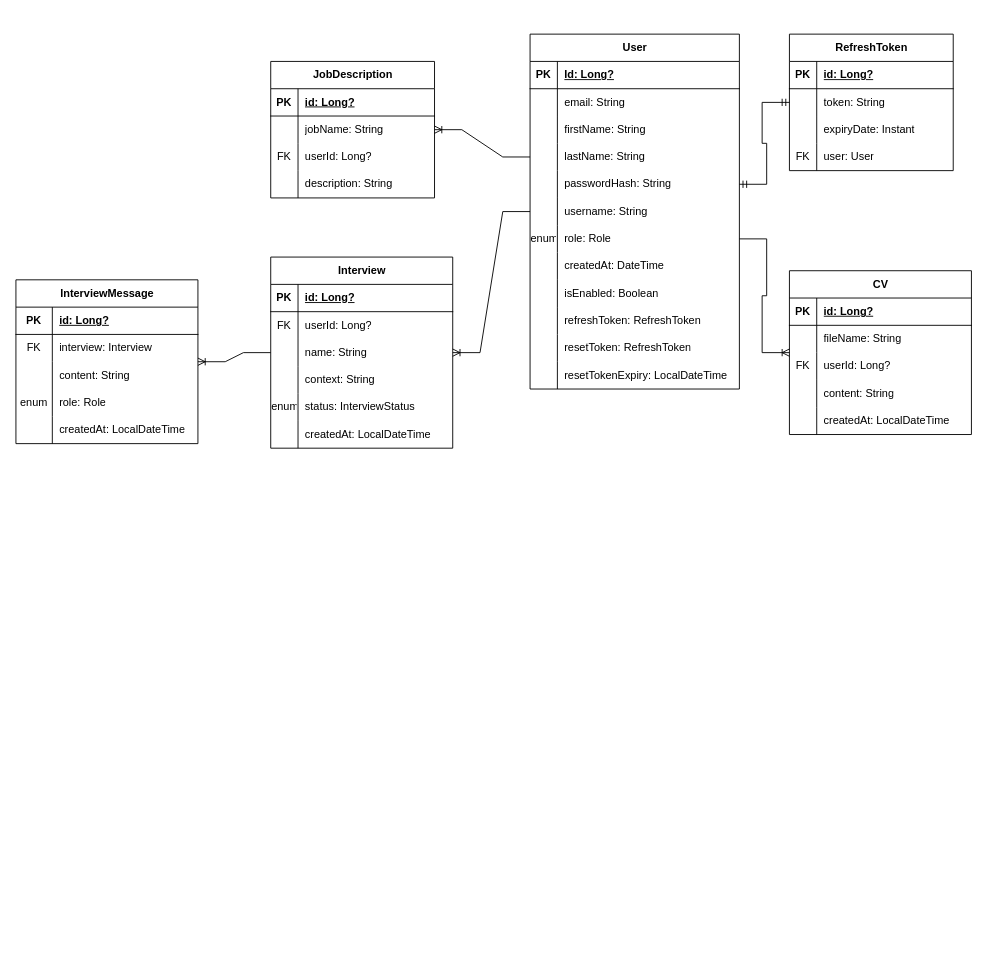
Sory-Noroc/Smart-Interview-Coach keeps this draw.io diagram as page "er_diagram" (4 of 5) of licenta.drawio. Above is the earlier version. Source tidied: cells renumbered, new cells numbered last; positions are measured from the earlier drawing's top-left corner, leaving out a move shared by most shapes. Both pictures are drawn from the tidied source at 91%, with x=0, y=0 at pixel (15, 34).
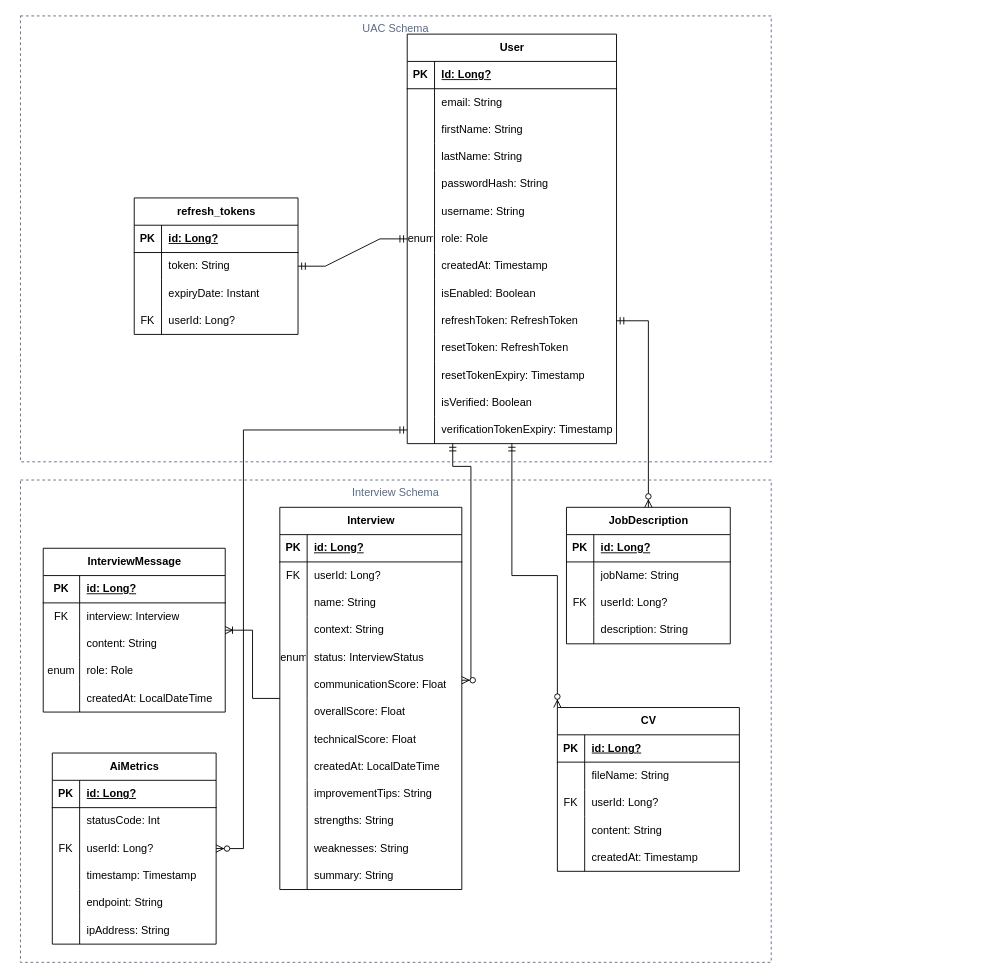
Above is the later version.

Unchanged cells that the change refers to:
```xml
<mxCell id="15" style="shape=tableRow;horizontal=0;startSize=0;swimlaneHead=0;swimlaneBody=0;fillColor=none;top=0;left=0;right=0;bottom=0;" parent="2" vertex="1">
  <mxGeometry y="150" width="200" height="30" as="geometry" />
</mxCell>
<mxCell id="28" style="shape=tableRow;horizontal=0;startSize=0;swimlaneHead=0;swimlaneBody=0;fillColor=none;points=[[0,0.5],[1,0.5]];portConstraint=eastwest;top=0;left=0;right=0;bottom=0;" parent="18" vertex="1">
  <mxGeometry y="120" width="230" height="30" as="geometry" />
</mxCell>
<mxCell id="31" style="shape=tableRow;horizontal=0;startSize=0;swimlaneHead=0;swimlaneBody=0;fillColor=none;points=[[0,0.5],[1,0.5]];portConstraint=eastwest;top=0;left=0;right=0;bottom=0;" parent="18" vertex="1">
  <mxGeometry y="150" width="230" height="30" as="geometry" />
</mxCell>
<mxCell id="37" style="shape=tableRow;horizontal=0;startSize=0;swimlaneHead=0;swimlaneBody=0;fillColor=none;points=[[0,0.5],[1,0.5]];portConstraint=eastwest;top=0;left=0;right=0;bottom=0;" parent="18" vertex="1">
  <mxGeometry y="210" width="230" height="30" as="geometry" />
</mxCell>
<mxCell id="40" style="shape=tableRow;horizontal=0;startSize=0;swimlaneHead=0;swimlaneBody=0;fillColor=none;top=0;left=0;right=0;bottom=0;" parent="18" vertex="1">
  <mxGeometry y="240" width="230" height="30" as="geometry" />
</mxCell>
<mxCell id="46" style="shape=tableRow;horizontal=0;startSize=0;swimlaneHead=0;swimlaneBody=0;fillColor=none;points=[[0,0.5],[1,0.5]];portConstraint=eastwest;top=0;left=0;right=0;bottom=0;" parent="18" vertex="1">
  <mxGeometry y="300" width="230" height="30" as="geometry" />
</mxCell>
<mxCell id="52" style="shape=tableRow;horizontal=0;startSize=0;swimlaneHead=0;swimlaneBody=0;fillColor=none;top=0;left=0;right=0;bottom=0;" parent="18" vertex="1">
  <mxGeometry y="360" width="230" height="30" as="geometry" />
</mxCell>
<mxCell id="100" style="shape=tableRow;horizontal=0;startSize=0;swimlaneHead=0;swimlaneBody=0;fillColor=none;top=0;left=0;right=0;bottom=0;" parent="84" vertex="1">
  <mxGeometry y="180" width="200" height="30" as="geometry" />
</mxCell>
<mxCell id="113" style="shape=tableRow;horizontal=0;startSize=0;swimlaneHead=0;swimlaneBody=0;fillColor=none;top=0;left=0;right=0;bottom=0;" parent="103" vertex="1">
  <mxGeometry y="120" width="180" height="30" as="geometry" />
</mxCell>
```

Change to the diagram source:
```diff
@@
     <mxCell id="2" value="CV" style="shape=table;startSize=30;childLayout=tableLayout;rowLines=0;fontStyle=1;align=center;html=1;" parent="1" vertex="1">
-      <mxGeometry x="850" y="260" width="200" height="180" as="geometry" />
+      <mxGeometry x="595" y="740" width="200" height="180" as="geometry" />
     </mxCell>
@@
-    <mxCell id="17" value="createdAt: LocalDateTime" style="shape=partialRectangle;fillColor=none;top=0;left=0;bottom=0;right=0;align=left;spacingLeft=6;overflow=hidden;whiteSpace=wrap;html=1;" parent="15" vertex="1">
+    <mxCell id="17" value="createdAt: Timestamp" style="shape=partialRectangle;fillColor=none;top=0;left=0;bottom=0;right=0;align=left;spacingLeft=6;overflow=hidden;whiteSpace=wrap;html=1;" parent="15" vertex="1">
       <mxGeometry x="30" width="170" height="30" as="geometry" />
     </mxCell>
     <mxCell id="18" value="User" style="shape=table;startSize=30;childLayout=tableLayout;rowLines=0;fontStyle=1;align=center;html=1;" parent="1" vertex="1">
-      <mxGeometry x="565" width="230" height="390" as="geometry" />
+      <mxGeometry x="430" width="230" height="450" as="geometry" />
     </mxCell>
@@
-    <mxCell id="42" value="createdAt: DateTime" style="shape=partialRectangle;fillColor=none;top=0;left=0;bottom=0;right=0;align=left;spacingLeft=6;overflow=hidden;whiteSpace=wrap;html=1;" parent="40" vertex="1">
+    <mxCell id="42" value="createdAt: Timestamp" style="shape=partialRectangle;fillColor=none;top=0;left=0;bottom=0;right=0;align=left;spacingLeft=6;overflow=hidden;whiteSpace=wrap;html=1;" parent="40" vertex="1">
       <mxGeometry x="30" width="200" height="30" as="geometry" />
     </mxCell>
@@
-    <mxCell id="54" value="resetTokenExpiry: LocalDateTime" style="shape=partialRectangle;fillColor=none;top=0;left=0;bottom=0;right=0;align=left;spacingLeft=6;overflow=hidden;whiteSpace=wrap;html=1;" parent="52" vertex="1">
+    <mxCell id="54" value="resetTokenExpiry: Timestamp" style="shape=partialRectangle;fillColor=none;top=0;left=0;bottom=0;right=0;align=left;spacingLeft=6;overflow=hidden;whiteSpace=wrap;html=1;" parent="52" vertex="1">
       <mxGeometry x="30" width="200" height="30" as="geometry" />
     </mxCell>
+    <mxCell id="121" style="shape=tableRow;horizontal=0;startSize=0;swimlaneHead=0;swimlaneBody=0;fillColor=none;top=0;left=0;right=0;bottom=0;" parent="18" vertex="1">
+      <mxGeometry y="390" width="230" height="30" as="geometry" />
+    </mxCell>
+    <mxCell id="122" style="shape=partialRectangle;fillColor=none;top=0;left=0;bottom=0;right=0;overflow=hidden;whiteSpace=wrap;html=1;" parent="121" vertex="1">
+      <mxGeometry width="30" height="30" as="geometry" />
+    </mxCell>
+    <mxCell id="123" value="isVerified: Boolean" style="shape=partialRectangle;fillColor=none;top=0;left=0;bottom=0;right=0;align=left;spacingLeft=6;overflow=hidden;whiteSpace=wrap;html=1;" parent="121" vertex="1">
+      <mxGeometry x="30" width="200" height="30" as="geometry" />
+    </mxCell>
+    <mxCell id="124" style="shape=tableRow;horizontal=0;startSize=0;swimlaneHead=0;swimlaneBody=0;fillColor=none;points=[[0,0.5],[1,0.5]];portConstraint=eastwest;top=0;left=0;right=0;bottom=0;" parent="18" vertex="1">
+      <mxGeometry y="420" width="230" height="30" as="geometry" />
+    </mxCell>
+    <mxCell id="125" style="shape=partialRectangle;fillColor=none;top=0;left=0;bottom=0;right=0;overflow=hidden;whiteSpace=wrap;html=1;" parent="124" vertex="1">
+      <mxGeometry width="30" height="30" as="geometry" />
+    </mxCell>
+    <mxCell id="126" value="verificationTokenExpiry: Timestamp" style="shape=partialRectangle;fillColor=none;top=0;left=0;bottom=0;right=0;align=left;spacingLeft=6;overflow=hidden;whiteSpace=wrap;html=1;" parent="124" vertex="1">
+      <mxGeometry x="30" width="200" height="30" as="geometry" />
+    </mxCell>
     <mxCell id="55" value="JobDescription" style="shape=table;startSize=30;childLayout=tableLayout;rowLines=0;fontStyle=1;align=center;html=1;" parent="1" vertex="1">
-      <mxGeometry x="280" y="30" width="180" height="150" as="geometry" />
+      <mxGeometry x="605" y="520" width="180" height="150" as="geometry" />
     </mxCell>
@@
     <mxCell id="68" value="InterviewMessage" style="shape=table;startSize=30;childLayout=tableLayout;rowLines=0;fontStyle=1;align=center;html=1;" parent="1" vertex="1">
-      <mxGeometry y="270" width="200" height="180" as="geometry" />
+      <mxGeometry x="30" y="565" width="200" height="180" as="geometry" />
     </mxCell>
@@
     <mxCell id="84" value="Interview" style="shape=table;startSize=30;childLayout=tableLayout;rowLines=0;fontStyle=1;align=center;html=1;" parent="1" vertex="1">
-      <mxGeometry x="280" y="245" width="200" height="210" as="geometry" />
+      <mxGeometry x="290" y="520" width="200" height="420" as="geometry" />
     </mxCell>
@@
-    <mxCell id="102" value="createdAt: LocalDateTime" style="shape=partialRectangle;fillColor=none;top=0;left=0;bottom=0;right=0;align=left;spacingLeft=6;overflow=hidden;whiteSpace=wrap;html=1;" parent="100" vertex="1">
+    <mxCell id="102" value="communicationScore: Float" style="shape=partialRectangle;fillColor=none;top=0;left=0;bottom=0;right=0;align=left;spacingLeft=6;overflow=hidden;whiteSpace=wrap;html=1;" parent="100" vertex="1">
       <mxGeometry x="30" width="170" height="30" as="geometry" />
     </mxCell>
+    <mxCell id="127" style="shape=tableRow;horizontal=0;startSize=0;swimlaneHead=0;swimlaneBody=0;fillColor=none;top=0;left=0;right=0;bottom=0;" parent="84" vertex="1">
+      <mxGeometry y="210" width="200" height="30" as="geometry" />
+    </mxCell>
+    <mxCell id="128" style="shape=partialRectangle;fillColor=none;top=0;left=0;bottom=0;right=0;overflow=hidden;whiteSpace=wrap;html=1;" parent="127" vertex="1">
+      <mxGeometry width="30" height="30" as="geometry" />
+    </mxCell>
+    <mxCell id="129" value="overallScore: Float" style="shape=partialRectangle;fillColor=none;top=0;left=0;bottom=0;right=0;align=left;spacingLeft=6;overflow=hidden;whiteSpace=wrap;html=1;" parent="127" vertex="1">
+      <mxGeometry x="30" width="170" height="30" as="geometry" />
+    </mxCell>
+    <mxCell id="130" style="shape=tableRow;horizontal=0;startSize=0;swimlaneHead=0;swimlaneBody=0;fillColor=none;top=0;left=0;right=0;bottom=0;" parent="84" vertex="1">
+      <mxGeometry y="240" width="200" height="30" as="geometry" />
+    </mxCell>
+    <mxCell id="131" style="shape=partialRectangle;fillColor=none;top=0;left=0;bottom=0;right=0;overflow=hidden;whiteSpace=wrap;html=1;" parent="130" vertex="1">
+      <mxGeometry width="30" height="30" as="geometry" />
+    </mxCell>
+    <mxCell id="132" value="technicalScore: Float" style="shape=partialRectangle;fillColor=none;top=0;left=0;bottom=0;right=0;align=left;spacingLeft=6;overflow=hidden;whiteSpace=wrap;html=1;" parent="130" vertex="1">
+      <mxGeometry x="30" width="170" height="30" as="geometry" />
+    </mxCell>
+    <mxCell id="133" style="shape=tableRow;horizontal=0;startSize=0;swimlaneHead=0;swimlaneBody=0;fillColor=none;top=0;left=0;right=0;bottom=0;" parent="84" vertex="1">
+      <mxGeometry y="270" width="200" height="30" as="geometry" />
+    </mxCell>
+    <mxCell id="134" style="shape=partialRectangle;fillColor=none;top=0;left=0;bottom=0;right=0;overflow=hidden;whiteSpace=wrap;html=1;" parent="133" vertex="1">
+      <mxGeometry width="30" height="30" as="geometry" />
+    </mxCell>
+    <mxCell id="135" value="createdAt: LocalDateTime" style="shape=partialRectangle;fillColor=none;top=0;left=0;bottom=0;right=0;align=left;spacingLeft=6;overflow=hidden;whiteSpace=wrap;html=1;" parent="133" vertex="1">
+      <mxGeometry x="30" width="170" height="30" as="geometry" />
+    </mxCell>
+    <mxCell id="136" style="shape=tableRow;horizontal=0;startSize=0;swimlaneHead=0;swimlaneBody=0;fillColor=none;top=0;left=0;right=0;bottom=0;" parent="84" vertex="1">
+      <mxGeometry y="300" width="200" height="30" as="geometry" />
+    </mxCell>
+    <mxCell id="137" style="shape=partialRectangle;fillColor=none;top=0;left=0;bottom=0;right=0;overflow=hidden;whiteSpace=wrap;html=1;" parent="136" vertex="1">
+      <mxGeometry width="30" height="30" as="geometry" />
+    </mxCell>
+    <mxCell id="138" value="improvementTips: String" style="shape=partialRectangle;fillColor=none;top=0;left=0;bottom=0;right=0;align=left;spacingLeft=6;overflow=hidden;whiteSpace=wrap;html=1;" parent="136" vertex="1">
+      <mxGeometry x="30" width="170" height="30" as="geometry" />
+    </mxCell>
+    <mxCell id="139" style="shape=tableRow;horizontal=0;startSize=0;swimlaneHead=0;swimlaneBody=0;fillColor=none;top=0;left=0;right=0;bottom=0;" parent="84" vertex="1">
+      <mxGeometry y="330" width="200" height="30" as="geometry" />
+    </mxCell>
+    <mxCell id="140" style="shape=partialRectangle;fillColor=none;top=0;left=0;bottom=0;right=0;overflow=hidden;whiteSpace=wrap;html=1;" parent="139" vertex="1">
+      <mxGeometry width="30" height="30" as="geometry" />
+    </mxCell>
+    <mxCell id="141" value="strengths: String" style="shape=partialRectangle;fillColor=none;top=0;left=0;bottom=0;right=0;align=left;spacingLeft=6;overflow=hidden;whiteSpace=wrap;html=1;" parent="139" vertex="1">
+      <mxGeometry x="30" width="170" height="30" as="geometry" />
+    </mxCell>
+    <mxCell id="142" style="shape=tableRow;horizontal=0;startSize=0;swimlaneHead=0;swimlaneBody=0;fillColor=none;top=0;left=0;right=0;bottom=0;" parent="84" vertex="1">
+      <mxGeometry y="360" width="200" height="30" as="geometry" />
+    </mxCell>
+    <mxCell id="143" style="shape=partialRectangle;fillColor=none;top=0;left=0;bottom=0;right=0;overflow=hidden;whiteSpace=wrap;html=1;" parent="142" vertex="1">
+      <mxGeometry width="30" height="30" as="geometry" />
+    </mxCell>
+    <mxCell id="144" value="weaknesses: String" style="shape=partialRectangle;fillColor=none;top=0;left=0;bottom=0;right=0;align=left;spacingLeft=6;overflow=hidden;whiteSpace=wrap;html=1;" parent="142" vertex="1">
+      <mxGeometry x="30" width="170" height="30" as="geometry" />
+    </mxCell>
+    <mxCell id="145" style="shape=tableRow;horizontal=0;startSize=0;swimlaneHead=0;swimlaneBody=0;fillColor=none;top=0;left=0;right=0;bottom=0;" parent="84" vertex="1">
+      <mxGeometry y="390" width="200" height="30" as="geometry" />
+    </mxCell>
+    <mxCell id="146" style="shape=partialRectangle;fillColor=none;top=0;left=0;bottom=0;right=0;overflow=hidden;whiteSpace=wrap;html=1;" parent="145" vertex="1">
+      <mxGeometry width="30" height="30" as="geometry" />
+    </mxCell>
+    <mxCell id="147" value="summary: String" style="shape=partialRectangle;fillColor=none;top=0;left=0;bottom=0;right=0;align=left;spacingLeft=6;overflow=hidden;whiteSpace=wrap;html=1;" parent="145" vertex="1">
+      <mxGeometry x="30" width="170" height="30" as="geometry" />
+    </mxCell>
-    <mxCell id="103" value="RefreshToken" style="shape=table;startSize=30;childLayout=tableLayout;rowLines=0;fontStyle=1;align=center;html=1;" parent="1" vertex="1">
-      <mxGeometry x="850" width="180" height="150" as="geometry" />
+    <mxCell id="103" value="refresh_tokens" style="shape=table;startSize=30;childLayout=tableLayout;rowLines=0;fontStyle=1;align=center;html=1;" parent="1" vertex="1">
+      <mxGeometry x="130" y="180" width="180" height="150" as="geometry" />
     </mxCell>
@@
-    <mxCell id="115" value="user: User" style="shape=partialRectangle;fillColor=none;top=0;left=0;bottom=0;right=0;align=left;spacingLeft=6;overflow=hidden;whiteSpace=wrap;html=1;" parent="113" vertex="1">
+    <mxCell id="115" value="userId: Long?" style="shape=partialRectangle;fillColor=none;top=0;left=0;bottom=0;right=0;align=left;spacingLeft=6;overflow=hidden;whiteSpace=wrap;html=1;" parent="113" vertex="1">
       <mxGeometry x="30" width="150" height="30" as="geometry" />
     </mxCell>
-    <mxCell id="116" style="edgeStyle=entityRelationEdgeStyle;fontSize=12;html=1;endArrow=ERmandOne;startArrow=ERmandOne;rounded=0;exitX=1;exitY=0.5;exitDx=0;exitDy=0;" parent="1" edge="1" source="31" target="103">
+    <mxCell id="116" style="edgeStyle=entityRelationEdgeStyle;fontSize=12;html=1;endArrow=ERmandOne;startArrow=ERmandOne;rounded=0;" parent="1" edge="1" source="18" target="103">
       <mxGeometry relative="1" as="geometry" />
     </mxCell>
@@
-    <mxCell id="118" style="edgeStyle=entityRelationEdgeStyle;fontSize=12;html=1;endArrow=ERoneToMany;rounded=0;exitX=1;exitY=0.5;exitDx=0;exitDy=0;" parent="1" edge="1" source="37" target="2">
-      <mxGeometry relative="1" as="geometry" />
-    </mxCell>
+    <mxCell id="148" value="AiMetrics" style="shape=table;startSize=30;childLayout=tableLayout;rowLines=0;fontStyle=1;align=center;html=1;" parent="1" vertex="1">
+      <mxGeometry x="40" y="790" width="180" height="210" as="geometry" />
+    </mxCell>
+    <mxCell id="149" style="shape=tableRow;horizontal=0;startSize=0;swimlaneHead=0;swimlaneBody=0;fillColor=none;top=0;left=0;right=0;bottom=1;" parent="148" vertex="1">
+      <mxGeometry y="30" width="180" height="30" as="geometry" />
+    </mxCell>
+    <mxCell id="150" value="PK" style="shape=partialRectangle;fillColor=none;top=0;left=0;bottom=0;right=0;fontStyle=1;overflow=hidden;whiteSpace=wrap;html=1;" parent="149" vertex="1">
+      <mxGeometry width="30" height="30" as="geometry" />
+    </mxCell>
+    <mxCell id="151" value="id: Long?" style="shape=partialRectangle;fillColor=none;top=0;left=0;bottom=0;right=0;align=left;spacingLeft=6;fontStyle=5;overflow=hidden;whiteSpace=wrap;html=1;" parent="149" vertex="1">
+      <mxGeometry x="30" width="150" height="30" as="geometry" />
+    </mxCell>
+    <mxCell id="152" style="shape=tableRow;horizontal=0;startSize=0;swimlaneHead=0;swimlaneBody=0;fillColor=none;top=0;left=0;right=0;bottom=0;" parent="148" vertex="1">
+      <mxGeometry y="60" width="180" height="30" as="geometry" />
+    </mxCell>
+    <mxCell id="153" style="shape=partialRectangle;fillColor=none;top=0;left=0;bottom=0;right=0;overflow=hidden;whiteSpace=wrap;html=1;" parent="152" vertex="1">
+      <mxGeometry width="30" height="30" as="geometry" />
+    </mxCell>
+    <mxCell id="154" value="statusCode: Int" style="shape=partialRectangle;fillColor=none;top=0;left=0;bottom=0;right=0;align=left;spacingLeft=6;overflow=hidden;whiteSpace=wrap;html=1;" parent="152" vertex="1">
+      <mxGeometry x="30" width="150" height="30" as="geometry" />
+    </mxCell>
+    <mxCell id="155" style="shape=tableRow;horizontal=0;startSize=0;swimlaneHead=0;swimlaneBody=0;fillColor=none;top=0;left=0;right=0;bottom=0;" parent="148" vertex="1">
+      <mxGeometry y="90" width="180" height="30" as="geometry" />
+    </mxCell>
+    <mxCell id="156" value="FK" style="shape=partialRectangle;fillColor=none;top=0;left=0;bottom=0;right=0;overflow=hidden;whiteSpace=wrap;html=1;" parent="155" vertex="1">
+      <mxGeometry width="30" height="30" as="geometry" />
+    </mxCell>
+    <mxCell id="157" value="userId: Long?" style="shape=partialRectangle;fillColor=none;top=0;left=0;bottom=0;right=0;align=left;spacingLeft=6;overflow=hidden;whiteSpace=wrap;html=1;" parent="155" vertex="1">
+      <mxGeometry x="30" width="150" height="30" as="geometry" />
+    </mxCell>
+    <mxCell id="158" style="shape=tableRow;horizontal=0;startSize=0;swimlaneHead=0;swimlaneBody=0;fillColor=none;top=0;left=0;right=0;bottom=0;" parent="148" vertex="1">
+      <mxGeometry y="120" width="180" height="30" as="geometry" />
+    </mxCell>
+    <mxCell id="159" style="shape=partialRectangle;fillColor=none;top=0;left=0;bottom=0;right=0;overflow=hidden;whiteSpace=wrap;html=1;" parent="158" vertex="1">
+      <mxGeometry width="30" height="30" as="geometry" />
+    </mxCell>
+    <mxCell id="160" value="timestamp: Timestamp" style="shape=partialRectangle;fillColor=none;top=0;left=0;bottom=0;right=0;align=left;spacingLeft=6;overflow=hidden;whiteSpace=wrap;html=1;" parent="158" vertex="1">
+      <mxGeometry x="30" width="150" height="30" as="geometry" />
+    </mxCell>
+    <mxCell id="161" style="shape=tableRow;horizontal=0;startSize=0;swimlaneHead=0;swimlaneBody=0;fillColor=none;top=0;left=0;right=0;bottom=0;" parent="148" vertex="1">
+      <mxGeometry y="150" width="180" height="30" as="geometry" />
+    </mxCell>
+    <mxCell id="162" style="shape=partialRectangle;fillColor=none;top=0;left=0;bottom=0;right=0;overflow=hidden;whiteSpace=wrap;html=1;" parent="161" vertex="1">
+      <mxGeometry width="30" height="30" as="geometry" />
+    </mxCell>
+    <mxCell id="163" value="endpoint: String" style="shape=partialRectangle;fillColor=none;top=0;left=0;bottom=0;right=0;align=left;spacingLeft=6;overflow=hidden;whiteSpace=wrap;html=1;" parent="161" vertex="1">
+      <mxGeometry x="30" width="150" height="30" as="geometry" />
+    </mxCell>
+    <mxCell id="164" style="shape=tableRow;horizontal=0;startSize=0;swimlaneHead=0;swimlaneBody=0;fillColor=none;top=0;left=0;right=0;bottom=0;" parent="148" vertex="1">
+      <mxGeometry y="180" width="180" height="30" as="geometry" />
+    </mxCell>
+    <mxCell id="165" style="shape=partialRectangle;fillColor=none;top=0;left=0;bottom=0;right=0;overflow=hidden;whiteSpace=wrap;html=1;" parent="164" vertex="1">
+      <mxGeometry width="30" height="30" as="geometry" />
+    </mxCell>
+    <mxCell id="166" value="ipAddress: String" style="shape=partialRectangle;fillColor=none;top=0;left=0;bottom=0;right=0;align=left;spacingLeft=6;overflow=hidden;whiteSpace=wrap;html=1;" parent="164" vertex="1">
+      <mxGeometry x="30" width="150" height="30" as="geometry" />
+    </mxCell>
+    <mxCell id="167" style="edgeStyle=orthogonalEdgeStyle;fontSize=12;html=1;endArrow=ERzeroToMany;startArrow=ERmandOne;rounded=0;entryX=0;entryY=0;entryDx=0;entryDy=0;" parent="1" edge="1" source="18" target="2">
+      <mxGeometry relative="1" as="geometry" />
+    </mxCell>
-    <mxCell id="119" style="edgeStyle=entityRelationEdgeStyle;fontSize=12;html=1;endArrow=ERoneToMany;rounded=0;" parent="1" edge="1" source="18" target="84">
-      <mxGeometry relative="1" as="geometry" />
+    <mxCell id="119" style="edgeStyle=orthogonalEdgeStyle;fontSize=12;html=1;endArrow=ERzeroToMany;startArrow=ERmandOne;rounded=0;" parent="1" edge="1" source="18" target="84">
+      <mxGeometry relative="1" as="geometry">
+        <Array as="points">
+          <mxPoint x="480" y="475" />
+          <mxPoint x="500" y="475" />
+          <mxPoint x="500" y="710" />
+        </Array>
+      </mxGeometry>
     </mxCell>
-    <mxCell id="120" style="edgeStyle=entityRelationEdgeStyle;fontSize=12;html=1;endArrow=ERoneToMany;rounded=0;exitX=0;exitY=0.5;exitDx=0;exitDy=0;" parent="1" edge="1" source="28" target="55">
-      <mxGeometry relative="1" as="geometry" />
-    </mxCell>
+    <mxCell id="168" style="edgeStyle=orthogonalEdgeStyle;fontSize=12;html=1;endArrow=ERzeroToMany;startArrow=ERmandOne;rounded=0;" parent="1" edge="1" source="46" target="55">
+      <mxGeometry relative="1" as="geometry" />
+    </mxCell>
+    <mxCell id="169" value="&lt;div&gt;&lt;span style=&quot;background-color: transparent; color: light-dark(rgb(90, 108, 134), rgb(132, 148, 170));&quot;&gt;Interview Schema&lt;/span&gt;&lt;/div&gt;" style="fillColor=none;strokeColor=#5A6C86;dashed=1;verticalAlign=top;fontStyle=0;fontColor=#5A6C86;whiteSpace=wrap;html=1;" parent="1" vertex="1">
+      <mxGeometry x="5" y="490" width="825" height="530" as="geometry" />
+    </mxCell>
+    <mxCell id="170" style="edgeStyle=orthogonalEdgeStyle;fontSize=12;html=1;endArrow=ERzeroToMany;startArrow=ERmandOne;rounded=0;" parent="1" edge="1" source="124" target="148">
+      <mxGeometry relative="1" as="geometry">
+        <Array as="points">
+          <mxPoint x="250" y="435" />
+          <mxPoint x="250" y="895" />
+        </Array>
+      </mxGeometry>
+    </mxCell>
+    <mxCell id="171" value="UAC Schema" style="fillColor=none;strokeColor=#5A6C86;dashed=1;verticalAlign=top;fontStyle=0;fontColor=#5A6C86;whiteSpace=wrap;html=1;" parent="1" vertex="1">
+      <mxGeometry x="5" y="-20" width="825" height="490" as="geometry" />
+    </mxCell>
```
